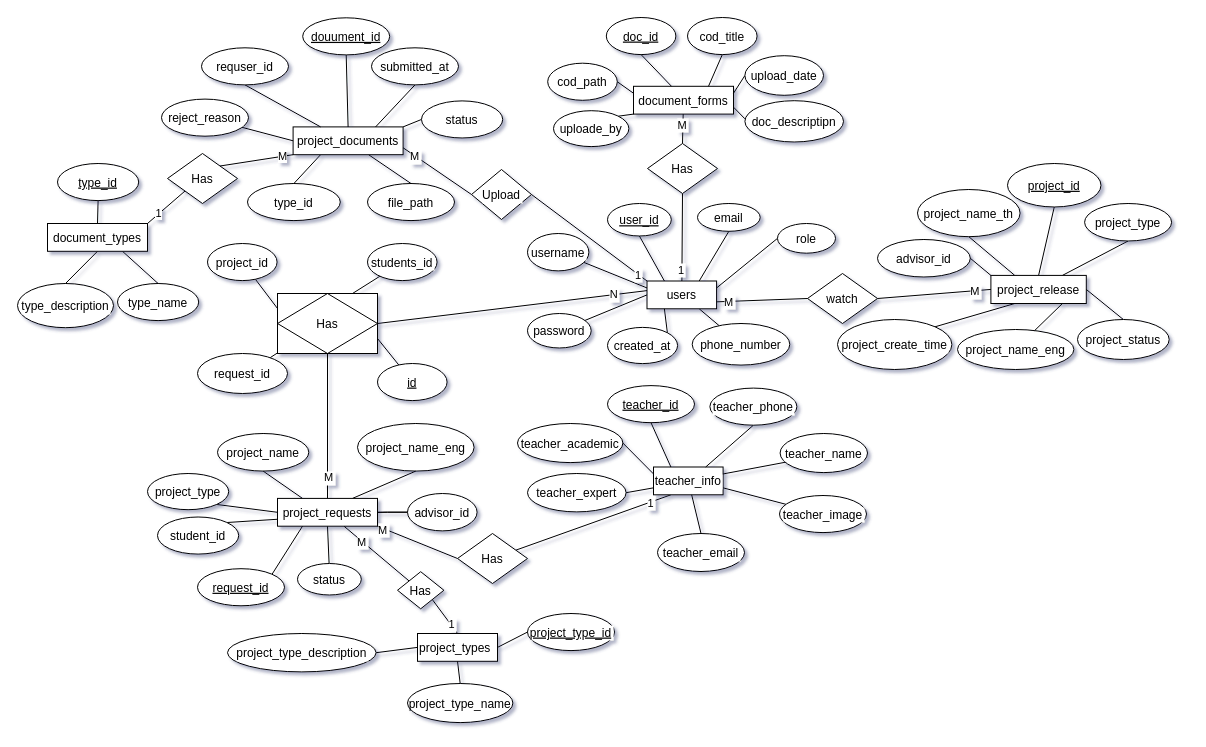
Earlier version of the draw.io diagram ER.drawio (ItsRyS/Diagram-pms). Source tidied: cells renumbered, new cells numbered last; positions are measured from the earlier drawing's top-left corner, leaving out a move shared by most shapes. Both pictures are drawn from the tidied source at 100%, with x=0, y=0 at pixel (17, 17).
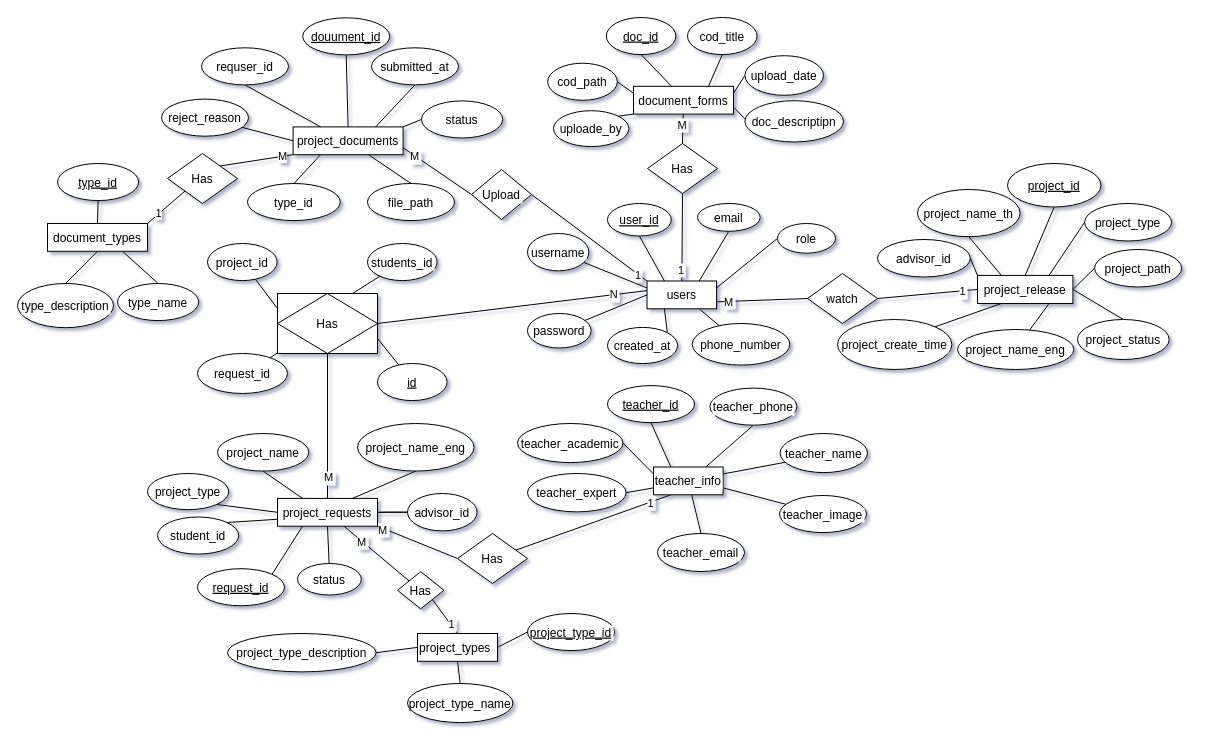
After the change.

The change refers to these unchanged cells:
```xml
<mxCell id="140" value="project_type" style="ellipse;labelBackgroundColor=default;fontColor=default;textShadow=0;labelBorderColor=none;" parent="1" vertex="1">
  <mxGeometry x="1067.1" y="186" width="87" height="37.5" as="geometry" />
</mxCell>
<mxCell id="148" style="rounded=0;jettySize=auto;exitX=0;exitY=0.5;exitDx=0;exitDy=0;entryX=1;entryY=0.5;entryDx=0;entryDy=0;endArrow=none;endFill=0;labelBackgroundColor=default;fontColor=default;textShadow=0;labelBorderColor=none;" parent="1" edge="1" source="138" target="57">
  <mxGeometry relative="1" as="geometry" />
</mxCell>
```

What changed in the source:
```diff
@@
+    <mxCell id="153" style="rounded=0;jettySize=auto;html=1;exitX=1;exitY=0.5;exitDx=0;exitDy=0;entryX=0;entryY=0.5;entryDx=0;entryDy=0;endArrow=none;startFill=0;" parent="1" edge="1" source="138" target="154">
+      <mxGeometry relative="1" as="geometry" />
+    </mxCell>
     <mxCell id="138" value="project_release" style="rounded=0;labelBackgroundColor=default;fontColor=default;textShadow=0;labelBorderColor=none;" parent="1" vertex="1">
-      <mxGeometry x="973.4" y="257.9" width="95.4" height="28.1" as="geometry" />
+      <mxGeometry x="960" y="257.9" width="95.4" height="28.1" as="geometry" />
     </mxCell>
-    <mxCell id="139" style="rounded=0;jettySize=auto;exitX=0.5;exitY=1;exitDx=0;exitDy=0;entryX=0.75;entryY=0;entryDx=0;entryDy=0;endArrow=none;endFill=0;labelBackgroundColor=default;fontColor=default;textShadow=0;labelBorderColor=none;" parent="1" edge="1" source="140" target="138">
+    <mxCell id="139" style="rounded=0;jettySize=auto;exitX=0;exitY=0.5;exitDx=0;exitDy=0;entryX=0.75;entryY=0;entryDx=0;entryDy=0;endArrow=none;endFill=0;labelBackgroundColor=default;fontColor=default;textShadow=0;labelBorderColor=none;" parent="1" edge="1" source="140" target="138">
       <mxGeometry relative="1" as="geometry" />
     </mxCell>
@@
-    <mxCell id="149" value="M" style="edgeLabel;align=center;verticalAlign=middle;labelBackgroundColor=default;fontColor=default;textShadow=0;labelBorderColor=none;" parent="148" vertex="1">
+    <mxCell id="149" value="1" style="edgeLabel;align=center;verticalAlign=middle;labelBackgroundColor=default;fontColor=default;textShadow=0;labelBorderColor=none;" parent="148" vertex="1">
       <mxGeometry x="-0.71" relative="1" as="geometry" />
     </mxCell>
@@
+    <mxCell id="154" value="project_path" style="ellipse;labelBackgroundColor=default;fontColor=default;textShadow=0;labelBorderColor=none;" parent="1" vertex="1">
+      <mxGeometry x="1077.1" y="232" width="87" height="37.5" as="geometry" />
+    </mxCell>
```
